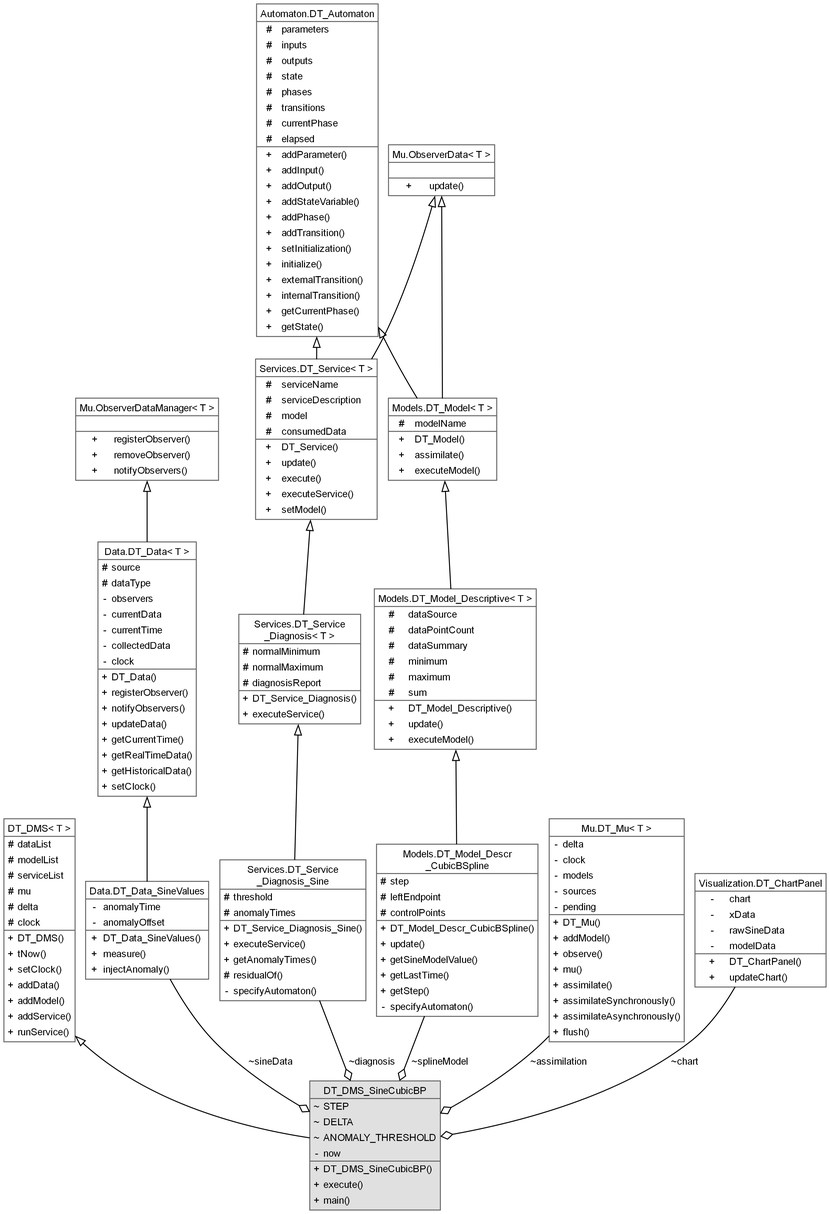
Before: Java/DT_DMS_Sine_Example/docs/DT_DMS_Sine_Architecture_short.png, a diagram exported from Graphviz (zeeshanali0001/DT_DMS). Its source is kept beside it as Java/DT_DMS_Sine_Example/docs/DT_DMS_Sine_Architecture_short.dot.
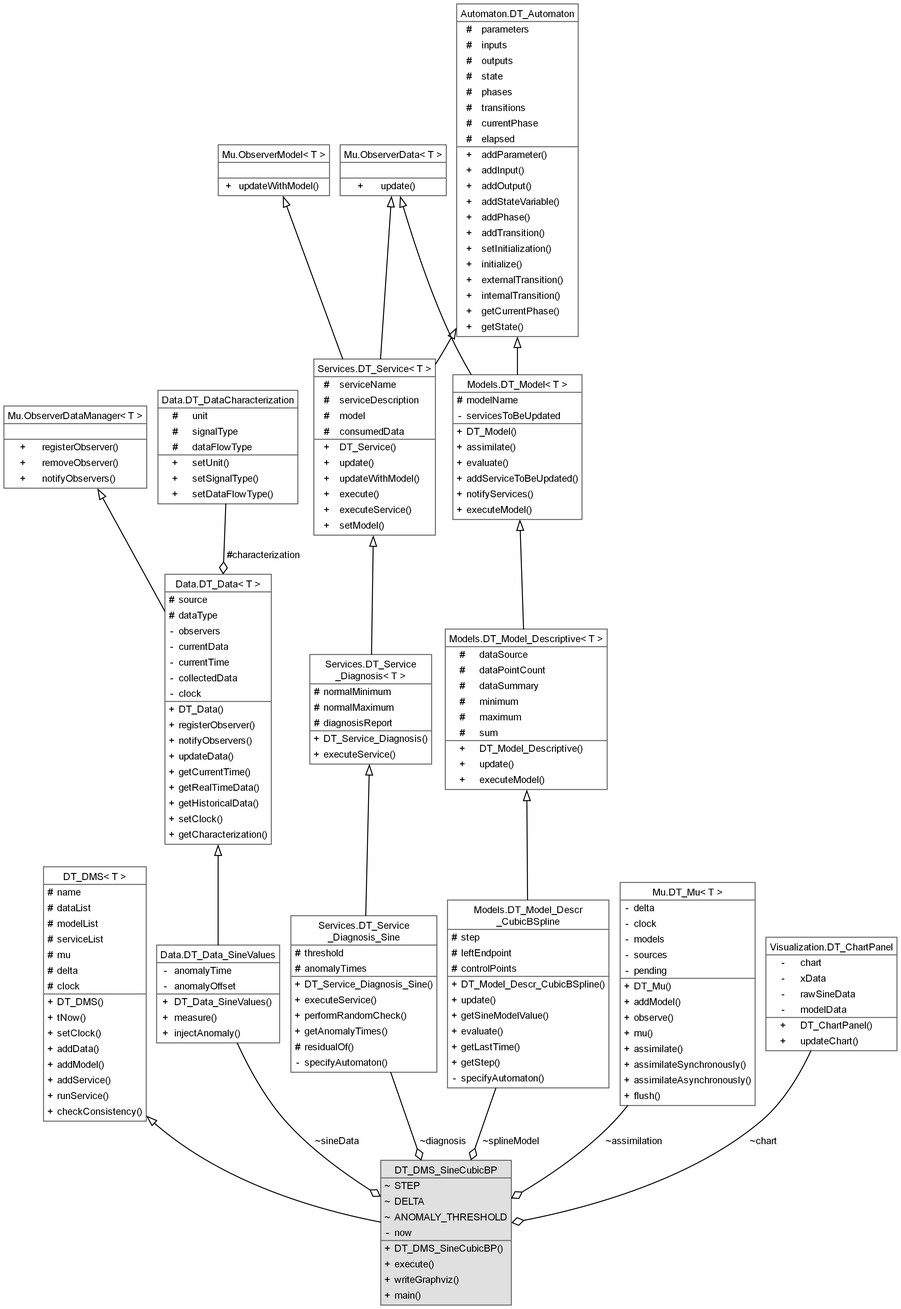
Later version of the same file.

What changed in the source:
```diff
@@ -16,2 +16,3 @@
 <TR><TD VALIGN="top" CELLPADDING="1" CELLSPACING="0">+</TD><TD VALIGN="top" ALIGN="LEFT" CELLPADDING="1" CELLSPACING="0">execute()<BR ALIGN="LEFT"/></TD></TR>
+<TR><TD VALIGN="top" CELLPADDING="1" CELLSPACING="0">+</TD><TD VALIGN="top" ALIGN="LEFT" CELLPADDING="1" CELLSPACING="0">writeGraphviz()<BR ALIGN="LEFT"/></TD></TR>
 <TR><TD VALIGN="top" CELLPADDING="1" CELLSPACING="0">+</TD><TD VALIGN="top" ALIGN="LEFT" CELLPADDING="1" CELLSPACING="0">main()<BR ALIGN="LEFT"/></TD></TR>
@@ -22,2 +23,3 @@
 <HR/>
+<TR><TD VALIGN="top" CELLPADDING="1" CELLSPACING="0">#</TD><TD VALIGN="top" ALIGN="LEFT" CELLPADDING="1" CELLSPACING="0">name<BR ALIGN="LEFT"/></TD></TR>
 <TR><TD VALIGN="top" CELLPADDING="1" CELLSPACING="0">#</TD><TD VALIGN="top" ALIGN="LEFT" CELLPADDING="1" CELLSPACING="0">dataList<BR ALIGN="LEFT"/></TD></TR>
@@ -36,2 +38,3 @@
 <TR><TD VALIGN="top" CELLPADDING="1" CELLSPACING="0">+</TD><TD VALIGN="top" ALIGN="LEFT" CELLPADDING="1" CELLSPACING="0">runService()<BR ALIGN="LEFT"/></TD></TR>
+<TR><TD VALIGN="top" CELLPADDING="1" CELLSPACING="0">+</TD><TD VALIGN="top" ALIGN="LEFT" CELLPADDING="1" CELLSPACING="0">checkConsistency()<BR ALIGN="LEFT"/></TD></TR>
 </TABLE>>
@@ -69,2 +72,3 @@
 <TR><TD VALIGN="top" CELLPADDING="1" CELLSPACING="0">+</TD><TD VALIGN="top" ALIGN="LEFT" CELLPADDING="1" CELLSPACING="0">setClock()<BR ALIGN="LEFT"/></TD></TR>
+<TR><TD VALIGN="top" CELLPADDING="1" CELLSPACING="0">+</TD><TD VALIGN="top" ALIGN="LEFT" CELLPADDING="1" CELLSPACING="0">getCharacterization()<BR ALIGN="LEFT"/></TD></TR>
 </TABLE>>
@@ -81,5 +85,18 @@
 ,height=0.2,width=0.4,color="gray40", fillcolor="white", style="filled",URL="$interface_mu_1_1_observer_data_manager.html",tooltip="Subject of the data observer pattern: an object that produces data and manages its observers."];
-  Node8 -> Node1 [id="edge7_Node000001_Node000008",color="black",style="solid",tooltip=" ",label=<<TABLE CELLBORDER="0" BORDER="0"><TR><TD VALIGN="top" ALIGN="LEFT" CELLPADDING="1" CELLSPACING="0">~splineModel</TD></TR>
+  Node8 -> Node6 [id="edge7_Node000006_Node000008",color="black",style="solid",tooltip=" ",label=<<TABLE CELLBORDER="0" BORDER="0"><TR><TD VALIGN="top" ALIGN="LEFT" CELLPADDING="1" CELLSPACING="0">#characterization</TD></TR>
 </TABLE>> ,fontcolor="black" ,arrowhead="odiamond"];
-  Node8 [id="Node000008",shape=plain,label=<<TABLE CELLBORDER="0" BORDER="1"><TR><TD COLSPAN="2" CELLPADDING="1" CELLSPACING="0">Models.DT_Model_Descr<BR ALIGN="LEFT"/>_CubicBSpline</TD></TR>
+  Node8 [id="Node000008",shape=plain,label=<<TABLE CELLBORDER="0" BORDER="1"><TR><TD COLSPAN="2" CELLPADDING="1" CELLSPACING="0">Data.DT_DataCharacterization</TD></TR>
+<HR/>
+<TR><TD VALIGN="top" CELLPADDING="1" CELLSPACING="0">#</TD><TD VALIGN="top" ALIGN="LEFT" CELLPADDING="1" CELLSPACING="0">unit<BR ALIGN="LEFT"/></TD></TR>
+<TR><TD VALIGN="top" CELLPADDING="1" CELLSPACING="0">#</TD><TD VALIGN="top" ALIGN="LEFT" CELLPADDING="1" CELLSPACING="0">signalType<BR ALIGN="LEFT"/></TD></TR>
+<TR><TD VALIGN="top" CELLPADDING="1" CELLSPACING="0">#</TD><TD VALIGN="top" ALIGN="LEFT" CELLPADDING="1" CELLSPACING="0">dataFlowType<BR ALIGN="LEFT"/></TD></TR>
+<HR/>
+<TR><TD VALIGN="top" CELLPADDING="1" CELLSPACING="0">+</TD><TD VALIGN="top" ALIGN="LEFT" CELLPADDING="1" CELLSPACING="0">setUnit()<BR ALIGN="LEFT"/></TD></TR>
+<TR><TD VALIGN="top" CELLPADDING="1" CELLSPACING="0">+</TD><TD VALIGN="top" ALIGN="LEFT" CELLPADDING="1" CELLSPACING="0">setSignalType()<BR ALIGN="LEFT"/></TD></TR>
+<TR><TD VALIGN="top" CELLPADDING="1" CELLSPACING="0">+</TD><TD VALIGN="top" ALIGN="LEFT" CELLPADDING="1" CELLSPACING="0">setDataFlowType()<BR ALIGN="LEFT"/></TD></TR>
+</TABLE>>
+,height=0.2,width=0.4,color="gray40", fillcolor="white", style="filled",URL="$class_data_1_1_d_t___data_characterization.html",tooltip="Class representing the characterization of a data source of the ToI: the metadata that tell how the d..."];
+  Node9 -> Node1 [id="edge8_Node000001_Node000009",color="black",style="solid",tooltip=" ",label=<<TABLE CELLBORDER="0" BORDER="0"><TR><TD VALIGN="top" ALIGN="LEFT" CELLPADDING="1" CELLSPACING="0">~splineModel</TD></TR>
+</TABLE>> ,fontcolor="black" ,arrowhead="odiamond"];
+  Node9 [id="Node000009",shape=plain,label=<<TABLE CELLBORDER="0" BORDER="1"><TR><TD COLSPAN="2" CELLPADDING="1" CELLSPACING="0">Models.DT_Model_Descr<BR ALIGN="LEFT"/>_CubicBSpline</TD></TR>
 <HR/>
@@ -92,2 +109,3 @@
 <TR><TD VALIGN="top" CELLPADDING="1" CELLSPACING="0">+</TD><TD VALIGN="top" ALIGN="LEFT" CELLPADDING="1" CELLSPACING="0">getSineModelValue()<BR ALIGN="LEFT"/></TD></TR>
+<TR><TD VALIGN="top" CELLPADDING="1" CELLSPACING="0">+</TD><TD VALIGN="top" ALIGN="LEFT" CELLPADDING="1" CELLSPACING="0">evaluate()<BR ALIGN="LEFT"/></TD></TR>
 <TR><TD VALIGN="top" CELLPADDING="1" CELLSPACING="0">+</TD><TD VALIGN="top" ALIGN="LEFT" CELLPADDING="1" CELLSPACING="0">getLastTime()<BR ALIGN="LEFT"/></TD></TR>
@@ -97,4 +115,4 @@
 ,height=0.2,width=0.4,color="gray40", fillcolor="white", style="filled",URL="$class_models_1_1_d_t___model___descr___cubic_b_spline.html",tooltip="Cubic B-Spline model of the sine example: a descriptive model (m ∈ M_desc) that represents the measur..."];
-  Node10 -> Node8 [id="edge8_Node000008_Node000009",dir="back",color="black",style="solid",tooltip=" ",arrowtail="onormal"];
-  Node10 [id="Node000010",shape=plain,label=<<TABLE CELLBORDER="0" BORDER="1"><TR><TD COLSPAN="2" CELLPADDING="1" CELLSPACING="0">Models.DT_Model_Descriptive&lt; T &gt;</TD></TR>
+  Node11 -> Node9 [id="edge9_Node000009_Node000010",dir="back",color="black",style="solid",tooltip=" ",arrowtail="onormal"];
+  Node11 [id="Node000011",shape=plain,label=<<TABLE CELLBORDER="0" BORDER="1"><TR><TD COLSPAN="2" CELLPADDING="1" CELLSPACING="0">Models.DT_Model_Descriptive&lt; T &gt;</TD></TR>
 <HR/>
@@ -112,6 +130,7 @@
 ,height=0.2,width=0.4,color="gray40", fillcolor="white", style="filled",URL="$class_models_1_1_d_t___model___descriptive.html",tooltip="Represents a descriptive model (m ∈ M_desc) of the Digital Twin."];
-  Node11 -> Node10 [id="edge10_Node000010_Node000011",dir="back",color="black",style="solid",tooltip=" ",arrowtail="onormal"];
-  Node11 [id="Node000011",shape=plain,label=<<TABLE CELLBORDER="0" BORDER="1"><TR><TD COLSPAN="2" CELLPADDING="1" CELLSPACING="0">Models.DT_Model&lt; T &gt;</TD></TR>
+  Node12 -> Node11 [id="edge11_Node000011_Node000012",dir="back",color="black",style="solid",tooltip=" ",arrowtail="onormal"];
+  Node12 [id="Node000012",shape=plain,label=<<TABLE CELLBORDER="0" BORDER="1"><TR><TD COLSPAN="2" CELLPADDING="1" CELLSPACING="0">Models.DT_Model&lt; T &gt;</TD></TR>
 <HR/>
 <TR><TD VALIGN="top" CELLPADDING="1" CELLSPACING="0">#</TD><TD VALIGN="top" ALIGN="LEFT" CELLPADDING="1" CELLSPACING="0">modelName<BR ALIGN="LEFT"/></TD></TR>
+<TR><TD VALIGN="top" CELLPADDING="1" CELLSPACING="0">-</TD><TD VALIGN="top" ALIGN="LEFT" CELLPADDING="1" CELLSPACING="0">servicesToBeUpdated<BR ALIGN="LEFT"/></TD></TR>
 <HR/>
@@ -119,2 +138,5 @@
 <TR><TD VALIGN="top" CELLPADDING="1" CELLSPACING="0">+</TD><TD VALIGN="top" ALIGN="LEFT" CELLPADDING="1" CELLSPACING="0">assimilate()<BR ALIGN="LEFT"/></TD></TR>
+<TR><TD VALIGN="top" CELLPADDING="1" CELLSPACING="0">+</TD><TD VALIGN="top" ALIGN="LEFT" CELLPADDING="1" CELLSPACING="0">evaluate()<BR ALIGN="LEFT"/></TD></TR>
+<TR><TD VALIGN="top" CELLPADDING="1" CELLSPACING="0">+</TD><TD VALIGN="top" ALIGN="LEFT" CELLPADDING="1" CELLSPACING="0">addServiceToBeUpdated()<BR ALIGN="LEFT"/></TD></TR>
+<TR><TD VALIGN="top" CELLPADDING="1" CELLSPACING="0">+</TD><TD VALIGN="top" ALIGN="LEFT" CELLPADDING="1" CELLSPACING="0">notifyServices()<BR ALIGN="LEFT"/></TD></TR>
 <TR><TD VALIGN="top" CELLPADDING="1" CELLSPACING="0">+</TD><TD VALIGN="top" ALIGN="LEFT" CELLPADDING="1" CELLSPACING="0">executeModel()<BR ALIGN="LEFT"/></TD></TR>
@@ -122,4 +144,4 @@
 ,height=0.2,width=0.4,color="gray40", fillcolor="white", style="filled",URL="$class_models_1_1_d_t___model.html",tooltip="Abstract base class representing a generic DT model m ∈ M of DT = ⟨D, M, S, μ⟩."];
-  Node12 -> Node11 [id="edge11_Node000011_Node000012",dir="back",color="black",style="solid",tooltip=" ",arrowtail="onormal"];
-  Node12 [id="Node000012",shape=plain,label=<<TABLE CELLBORDER="0" BORDER="1"><TR><TD COLSPAN="2" CELLPADDING="1" CELLSPACING="0">Automaton.DT_Automaton</TD></TR>
+  Node13 -> Node12 [id="edge12_Node000012_Node000013",dir="back",color="black",style="solid",tooltip=" ",arrowtail="onormal"];
+  Node13 [id="Node000013",shape=plain,label=<<TABLE CELLBORDER="0" BORDER="1"><TR><TD COLSPAN="2" CELLPADDING="1" CELLSPACING="0">Automaton.DT_Automaton</TD></TR>
 <HR/>
@@ -148,4 +170,4 @@
 ,height=0.2,width=0.4,color="gray40", fillcolor="white", style="filled",URL="$class_automaton_1_1_d_t___automaton.html",tooltip="Abstract base class representing the class of automata 𝒜 of the DT-DMS framework."];
-  Node14 -> Node11 [id="edge13_Node000011_Node000014",dir="back",color="black",style="solid",tooltip=" ",arrowtail="onormal"];
-  Node14 [id="Node000014",shape=plain,label=<<TABLE CELLBORDER="0" BORDER="1"><TR><TD COLSPAN="2" CELLPADDING="1" CELLSPACING="0">Mu.ObserverData&lt; T &gt;</TD></TR>
+  Node15 -> Node12 [id="edge14_Node000012_Node000015",dir="back",color="black",style="solid",tooltip=" ",arrowtail="onormal"];
+  Node15 [id="Node000015",shape=plain,label=<<TABLE CELLBORDER="0" BORDER="1"><TR><TD COLSPAN="2" CELLPADDING="1" CELLSPACING="0">Mu.ObserverData&lt; T &gt;</TD></TR>
 <HR/>
@@ -156,5 +178,5 @@
 ,height=0.2,width=0.4,color="gray40", fillcolor="white", style="filled",URL="$interface_mu_1_1_observer_data.html",tooltip="Observer of the data observer pattern: an object that wants to be told when new data arrives."];
-  Node15 -> Node1 [id="edge14_Node000001_Node000015",color="black",style="solid",tooltip=" ",label=<<TABLE CELLBORDER="0" BORDER="0"><TR><TD VALIGN="top" ALIGN="LEFT" CELLPADDING="1" CELLSPACING="0">~diagnosis</TD></TR>
+  Node16 -> Node1 [id="edge15_Node000001_Node000016",color="black",style="solid",tooltip=" ",label=<<TABLE CELLBORDER="0" BORDER="0"><TR><TD VALIGN="top" ALIGN="LEFT" CELLPADDING="1" CELLSPACING="0">~diagnosis</TD></TR>
 </TABLE>> ,fontcolor="black" ,arrowhead="odiamond"];
-  Node15 [id="Node000015",shape=plain,label=<<TABLE CELLBORDER="0" BORDER="1"><TR><TD COLSPAN="2" CELLPADDING="1" CELLSPACING="0">Services.DT_Service<BR ALIGN="LEFT"/>_Diagnosis_Sine</TD></TR>
+  Node16 [id="Node000016",shape=plain,label=<<TABLE CELLBORDER="0" BORDER="1"><TR><TD COLSPAN="2" CELLPADDING="1" CELLSPACING="0">Services.DT_Service<BR ALIGN="LEFT"/>_Diagnosis_Sine</TD></TR>
 <HR/>
@@ -165,2 +187,3 @@
 <TR><TD VALIGN="top" CELLPADDING="1" CELLSPACING="0">+</TD><TD VALIGN="top" ALIGN="LEFT" CELLPADDING="1" CELLSPACING="0">executeService()<BR ALIGN="LEFT"/></TD></TR>
+<TR><TD VALIGN="top" CELLPADDING="1" CELLSPACING="0">+</TD><TD VALIGN="top" ALIGN="LEFT" CELLPADDING="1" CELLSPACING="0">performRandomCheck()<BR ALIGN="LEFT"/></TD></TR>
 <TR><TD VALIGN="top" CELLPADDING="1" CELLSPACING="0">+</TD><TD VALIGN="top" ALIGN="LEFT" CELLPADDING="1" CELLSPACING="0">getAnomalyTimes()<BR ALIGN="LEFT"/></TD></TR>
@@ -170,4 +193,4 @@
 ,height=0.2,width=0.4,color="gray40", fillcolor="white", style="filled",URL="$class_services_1_1_d_t___service___diagnosis___sine.html",tooltip="Diagnosis service of the sine example (s ∈ S_diag): it detects the anomalies of the measured sine wav..."];
-  Node17 -> Node15 [id="edge15_Node000015_Node000016",dir="back",color="black",style="solid",tooltip=" ",arrowtail="onormal"];
-  Node17 [id="Node000017",shape=plain,label=<<TABLE CELLBORDER="0" BORDER="1"><TR><TD COLSPAN="2" CELLPADDING="1" CELLSPACING="0">Services.DT_Service<BR ALIGN="LEFT"/>_Diagnosis&lt; T &gt;</TD></TR>
+  Node18 -> Node16 [id="edge16_Node000016_Node000017",dir="back",color="black",style="solid",tooltip=" ",arrowtail="onormal"];
+  Node18 [id="Node000018",shape=plain,label=<<TABLE CELLBORDER="0" BORDER="1"><TR><TD COLSPAN="2" CELLPADDING="1" CELLSPACING="0">Services.DT_Service<BR ALIGN="LEFT"/>_Diagnosis&lt; T &gt;</TD></TR>
 <HR/>
@@ -181,4 +204,4 @@
 ,height=0.2,width=0.4,color="gray40", fillcolor="white", style="filled",URL="$class_services_1_1_d_t___service___diagnosis.html",tooltip="Class representing a Diagnosis Service (s ∈ S_diag) of the Digital Twin."];
-  Node18 -> Node17 [id="edge17_Node000017_Node000018",dir="back",color="black",style="solid",tooltip=" ",arrowtail="onormal"];
-  Node18 [id="Node000018",shape=plain,label=<<TABLE CELLBORDER="0" BORDER="1"><TR><TD COLSPAN="2" CELLPADDING="1" CELLSPACING="0">Services.DT_Service&lt; T &gt;</TD></TR>
+  Node19 -> Node18 [id="edge18_Node000018_Node000019",dir="back",color="black",style="solid",tooltip=" ",arrowtail="onormal"];
+  Node19 [id="Node000019",shape=plain,label=<<TABLE CELLBORDER="0" BORDER="1"><TR><TD COLSPAN="2" CELLPADDING="1" CELLSPACING="0">Services.DT_Service&lt; T &gt;</TD></TR>
 <HR/>
@@ -191,2 +214,3 @@
 <TR><TD VALIGN="top" CELLPADDING="1" CELLSPACING="0">+</TD><TD VALIGN="top" ALIGN="LEFT" CELLPADDING="1" CELLSPACING="0">update()<BR ALIGN="LEFT"/></TD></TR>
+<TR><TD VALIGN="top" CELLPADDING="1" CELLSPACING="0">+</TD><TD VALIGN="top" ALIGN="LEFT" CELLPADDING="1" CELLSPACING="0">updateWithModel()<BR ALIGN="LEFT"/></TD></TR>
 <TR><TD VALIGN="top" CELLPADDING="1" CELLSPACING="0">+</TD><TD VALIGN="top" ALIGN="LEFT" CELLPADDING="1" CELLSPACING="0">execute()<BR ALIGN="LEFT"/></TD></TR>
@@ -196,7 +220,15 @@
 ,height=0.2,width=0.4,color="gray40", fillcolor="white", style="filled",URL="$class_services_1_1_d_t___service.html",tooltip="Abstract base class representing a generic DT service s ∈ S of DT = ⟨D, M, S, μ⟩."];
-  Node12 -> Node18 [id="edge18_Node000018_Node000012",dir="back",color="black",style="solid",tooltip=" ",arrowtail="onormal"];
-  Node14 -> Node18 [id="edge19_Node000018_Node000014",dir="back",color="black",style="solid",tooltip=" ",arrowtail="onormal"];
-  Node20 -> Node1 [id="edge20_Node000001_Node000019",color="black",style="solid",tooltip=" ",label=<<TABLE CELLBORDER="0" BORDER="0"><TR><TD VALIGN="top" ALIGN="LEFT" CELLPADDING="1" CELLSPACING="0">~assimilation</TD></TR>
+  Node13 -> Node19 [id="edge19_Node000019_Node000013",dir="back",color="black",style="solid",tooltip=" ",arrowtail="onormal"];
+  Node15 -> Node19 [id="edge20_Node000019_Node000015",dir="back",color="black",style="solid",tooltip=" ",arrowtail="onormal"];
+  Node20 -> Node19 [id="edge21_Node000019_Node000020",dir="back",color="black",style="solid",tooltip=" ",arrowtail="onormal"];
+  Node20 [id="Node000020",shape=plain,label=<<TABLE CELLBORDER="0" BORDER="1"><TR><TD COLSPAN="2" CELLPADDING="1" CELLSPACING="0">Mu.ObserverModel&lt; T &gt;</TD></TR>
+<HR/>
+<TR><TD COLSPAN="2" CELLPADDING="1" CELLSPACING="0">&nbsp;</TD></TR>
+<HR/>
+<TR><TD VALIGN="top" CELLPADDING="1" CELLSPACING="0">+</TD><TD VALIGN="top" ALIGN="LEFT" CELLPADDING="1" CELLSPACING="0">updateWithModel()<BR ALIGN="LEFT"/></TD></TR>
+</TABLE>>
+,height=0.2,width=0.4,color="gray40", fillcolor="white", style="filled",URL="$interface_mu_1_1_observer_model.html",tooltip="Observer of the model observer pattern: an object (typically a service s ∈ S) that wants to be told w..."];
+  Node22 -> Node1 [id="edge22_Node000001_Node000021",color="black",style="solid",tooltip=" ",label=<<TABLE CELLBORDER="0" BORDER="0"><TR><TD VALIGN="top" ALIGN="LEFT" CELLPADDING="1" CELLSPACING="0">~assimilation</TD></TR>
 </TABLE>> ,fontcolor="black" ,arrowhead="odiamond"];
-  Node20 [id="Node000020",shape=plain,label=<<TABLE CELLBORDER="0" BORDER="1"><TR><TD COLSPAN="2" CELLPADDING="1" CELLSPACING="0">Mu.DT_Mu&lt; T &gt;</TD></TR>
+  Node22 [id="Node000022",shape=plain,label=<<TABLE CELLBORDER="0" BORDER="1"><TR><TD COLSPAN="2" CELLPADDING="1" CELLSPACING="0">Mu.DT_Mu&lt; T &gt;</TD></TR>
 <HR/>
@@ -218,5 +250,5 @@
 ,height=0.2,width=0.4,color="gray40", fillcolor="white", style="filled",URL="$class_mu_1_1_d_t___mu.html",tooltip="Class representing the model inference or data assimilation function μ : Ω_D × M → M of DT = ⟨D,..."];
-  Node22 -> Node1 [id="edge23_Node000001_Node000022",color="black",style="solid",tooltip=" ",label=<<TABLE CELLBORDER="0" BORDER="0"><TR><TD VALIGN="top" ALIGN="LEFT" CELLPADDING="1" CELLSPACING="0">~chart</TD></TR>
+  Node24 -> Node1 [id="edge25_Node000001_Node000024",color="black",style="solid",tooltip=" ",label=<<TABLE CELLBORDER="0" BORDER="0"><TR><TD VALIGN="top" ALIGN="LEFT" CELLPADDING="1" CELLSPACING="0">~chart</TD></TR>
 </TABLE>> ,fontcolor="black" ,arrowhead="odiamond"];
-  Node22 [id="Node000022",shape=plain,label=<<TABLE CELLBORDER="0" BORDER="1"><TR><TD COLSPAN="2" CELLPADDING="1" CELLSPACING="0">Visualization.DT_ChartPanel</TD></TR>
+  Node24 [id="Node000024",shape=plain,label=<<TABLE CELLBORDER="0" BORDER="1"><TR><TD COLSPAN="2" CELLPADDING="1" CELLSPACING="0">Visualization.DT_ChartPanel</TD></TR>
 <HR/>
```
